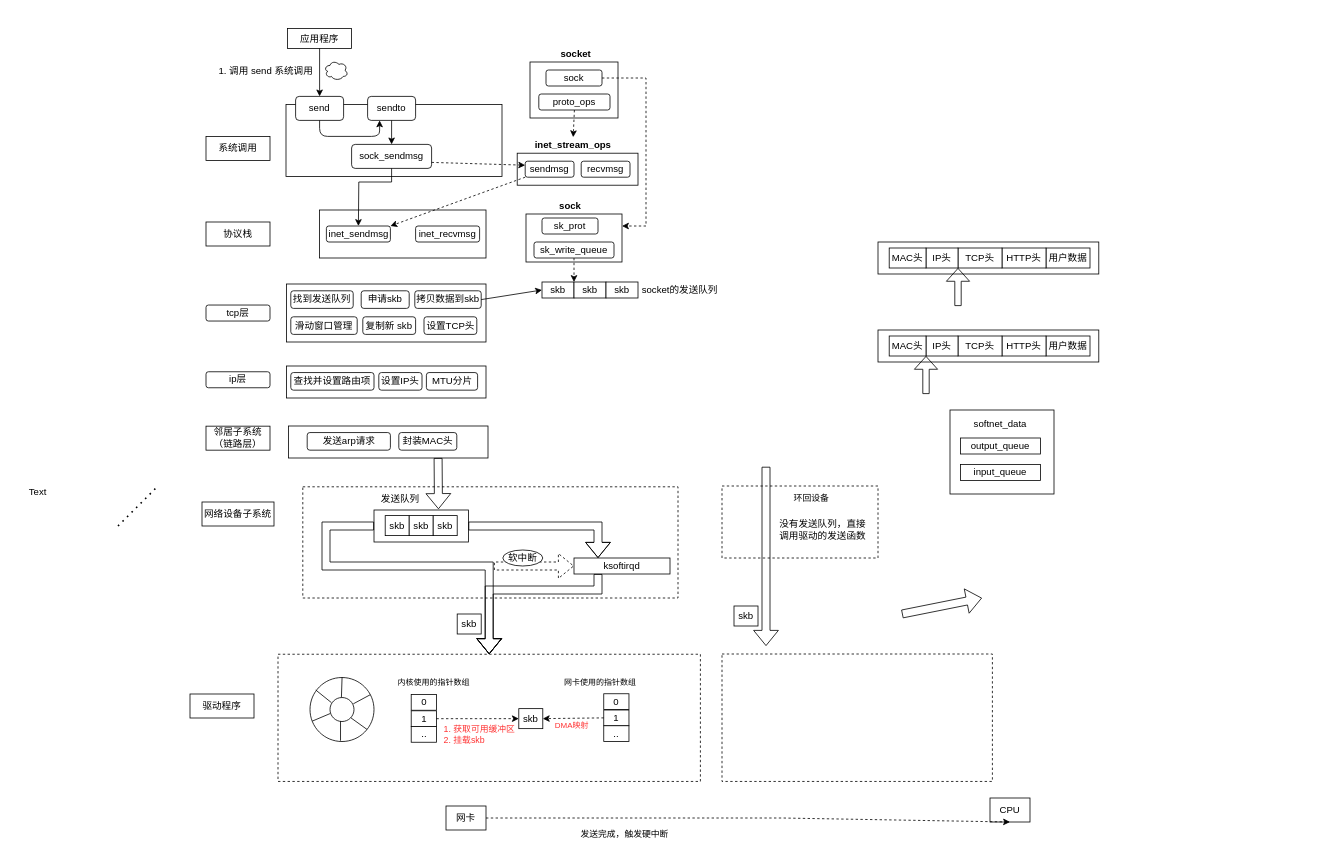
Earlier version of the draw.io diagram page "网络包发送" (2 of 2) of 图解网络.drawio (JianHao-Chen/UML). Source tidied: cells renumbered, new cells numbered last; positions are measured from the earlier drawing's top-left corner, leaving out a move shared by most shapes. Both pictures are drawn from the tidied source at 80%, with x=0, y=0 at pixel (14, 28).
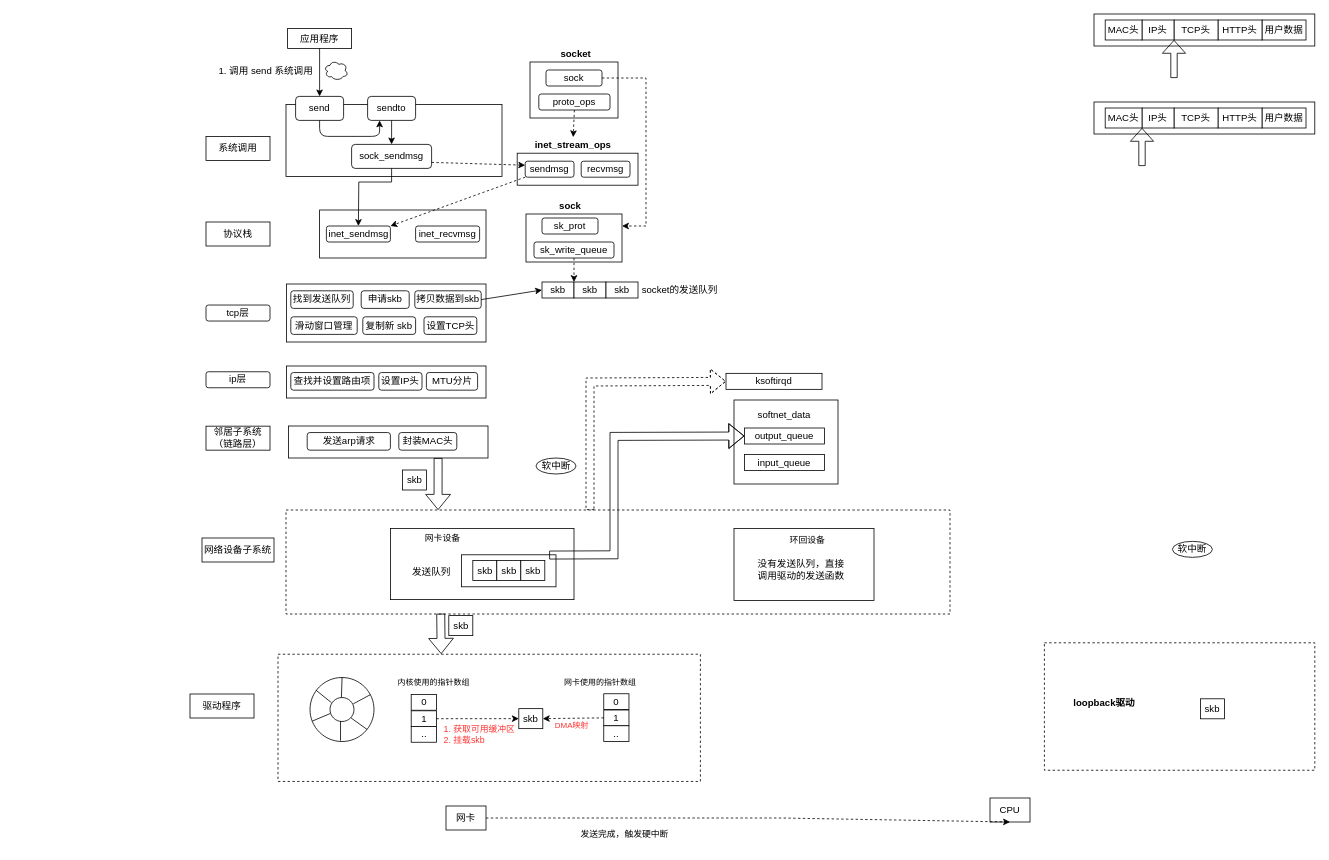
After the change.

Commit message:
更新图解网络.drawio

The change refers to these unchanged cells:
```xml
<mxCell id="4" style="rounded=0;whiteSpace=wrap;html=1;strokeWidth=1;fontSize=11;fontColor=#000000;dashed=1;" parent="1" vertex="1">
  <mxGeometry x="330" y="782.3" width="528" height="159" as="geometry" />
</mxCell>
<mxCell id="71" style="rounded=0;whiteSpace=wrap;html=1;strokeWidth=1;fontSize=12;align=left;" parent="1" vertex="1">
  <mxGeometry x="343" y="497" width="249.5" height="40" as="geometry" />
</mxCell>
```

Diff of the diagram source:
```diff
@@
+    <mxCell id="125" style="rounded=0;whiteSpace=wrap;html=1;dashed=1;" parent="1" vertex="1">
+      <mxGeometry x="340" y="602" width="830" height="130" as="geometry" />
+    </mxCell>
     <mxCell id="2" style="rounded=0;whiteSpace=wrap;html=1;strokeWidth=1;fontSize=11;fontColor=#000000;dashed=1;" parent="1" vertex="1">
-      <mxGeometry x="885" y="782" width="338" height="159.3" as="geometry" />
+      <mxGeometry x="1288" y="768" width="338" height="159.3" as="geometry" />
     </mxCell>
-    <mxCell id="3" style="rounded=0;whiteSpace=wrap;html=1;dashed=1;strokeWidth=1;fontSize=11;fontColor=#000000;" parent="1" vertex="1">
-      <mxGeometry x="361" y="573" width="469" height="139" as="geometry" />
+    <mxCell id="3" style="rounded=0;whiteSpace=wrap;html=1;strokeWidth=1;fontSize=11;fontColor=#000000;" parent="1" vertex="1">
+      <mxGeometry x="470.5" y="625" width="229.5" height="89" as="geometry" />
     </mxCell>
@@
     <mxCell id="42" style="rounded=0;whiteSpace=wrap;html=1;strokeWidth=1;fontSize=12;" parent="1" vertex="1">
-      <mxGeometry x="1080" y="267" width="276" height="40" as="geometry" />
+      <mxGeometry x="1350" y="-18" width="276" height="40" as="geometry" />
     </mxCell>
     <mxCell id="43" value="用户数据" style="rounded=0;whiteSpace=wrap;html=1;strokeWidth=1;fontSize=12;" parent="1" vertex="1">
-      <mxGeometry x="1290" y="274.5" width="55" height="25" as="geometry" />
+      <mxGeometry x="1560" y="-10.5" width="55" height="25" as="geometry" />
     </mxCell>
     <mxCell id="44" value="HTTP头" style="rounded=0;whiteSpace=wrap;html=1;strokeWidth=1;fontSize=12;" parent="1" vertex="1">
-      <mxGeometry x="1235" y="274.5" width="55" height="25" as="geometry" />
+      <mxGeometry x="1505" y="-10.5" width="55" height="25" as="geometry" />
     </mxCell>
     <mxCell id="45" value="TCP头" style="rounded=0;whiteSpace=wrap;html=1;strokeWidth=1;fontSize=12;" parent="1" vertex="1">
-      <mxGeometry x="1180" y="274.5" width="55" height="25" as="geometry" />
+      <mxGeometry x="1450" y="-10.5" width="55" height="25" as="geometry" />
     </mxCell>
     <mxCell id="46" value="IP头" style="rounded=0;whiteSpace=wrap;html=1;strokeWidth=1;fontSize=12;" parent="1" vertex="1">
-      <mxGeometry x="1140" y="274.5" width="40" height="25" as="geometry" />
+      <mxGeometry x="1410" y="-10.5" width="40" height="25" as="geometry" />
     </mxCell>
     <mxCell id="47" value="MAC头" style="rounded=0;whiteSpace=wrap;html=1;strokeWidth=1;fontSize=12;" parent="1" vertex="1">
-      <mxGeometry x="1094" y="274.5" width="46" height="25" as="geometry" />
+      <mxGeometry x="1364" y="-10.5" width="46" height="25" as="geometry" />
     </mxCell>
     <mxCell id="48" style="shape=flexArrow;endArrow=classic;html=1;rounded=0;fontSize=12;entryX=0;entryY=1;entryDx=0;entryDy=0;width=8;endSize=5.03;" parent="1" edge="1" target="45">
       <mxGeometry relative="1" as="geometry">
-        <mxPoint x="1180" y="347" as="sourcePoint" />
+        <mxPoint x="1450" y="62" as="sourcePoint" />
       </mxGeometry>
     </mxCell>
     <mxCell id="49" style="rounded=0;whiteSpace=wrap;html=1;strokeWidth=1;fontSize=12;" parent="1" vertex="1">
-      <mxGeometry x="1080" y="377" width="276" height="40" as="geometry" />
+      <mxGeometry x="1350" y="92" width="276" height="40" as="geometry" />
     </mxCell>
     <mxCell id="50" value="用户数据" style="rounded=0;whiteSpace=wrap;html=1;strokeWidth=1;fontSize=12;" parent="1" vertex="1">
-      <mxGeometry x="1290" y="384.5" width="55" height="25" as="geometry" />
+      <mxGeometry x="1560" y="99.5" width="55" height="25" as="geometry" />
     </mxCell>
     <mxCell id="51" value="HTTP头" style="rounded=0;whiteSpace=wrap;html=1;strokeWidth=1;fontSize=12;" parent="1" vertex="1">
-      <mxGeometry x="1235" y="384.5" width="55" height="25" as="geometry" />
+      <mxGeometry x="1505" y="99.5" width="55" height="25" as="geometry" />
     </mxCell>
     <mxCell id="52" value="TCP头" style="rounded=0;whiteSpace=wrap;html=1;strokeWidth=1;fontSize=12;" parent="1" vertex="1">
-      <mxGeometry x="1180" y="384.5" width="55" height="25" as="geometry" />
+      <mxGeometry x="1450" y="99.5" width="55" height="25" as="geometry" />
     </mxCell>
     <mxCell id="53" value="IP头" style="rounded=0;whiteSpace=wrap;html=1;strokeWidth=1;fontSize=12;" parent="1" vertex="1">
-      <mxGeometry x="1140" y="384.5" width="40" height="25" as="geometry" />
+      <mxGeometry x="1410" y="99.5" width="40" height="25" as="geometry" />
     </mxCell>
     <mxCell id="54" value="MAC头" style="rounded=0;whiteSpace=wrap;html=1;strokeWidth=1;fontSize=12;" parent="1" vertex="1">
-      <mxGeometry x="1094" y="384.5" width="46" height="25" as="geometry" />
+      <mxGeometry x="1364" y="99.5" width="46" height="25" as="geometry" />
     </mxCell>
     <mxCell id="55" style="shape=flexArrow;endArrow=classic;html=1;rounded=0;fontSize=12;entryX=0;entryY=1;entryDx=0;entryDy=0;width=8;endSize=5.03;" parent="1" edge="1" target="53">
       <mxGeometry relative="1" as="geometry">
-        <mxPoint x="1140" y="457" as="sourcePoint" />
+        <mxPoint x="1410" y="172" as="sourcePoint" />
       </mxGeometry>
     </mxCell>
@@
     <mxCell id="74" value="网络设备子系统" style="rounded=0;whiteSpace=wrap;html=1;strokeWidth=1;fontSize=12;" parent="1" vertex="1">
-      <mxGeometry x="235" y="592" width="90" height="30" as="geometry" />
+      <mxGeometry x="235" y="637" width="90" height="30" as="geometry" />
     </mxCell>
@@
-    <mxCell id="77" style="endArrow=none;dashed=1;html=1;dashPattern=1 3;strokeWidth=2;rounded=0;fontSize=12;" parent="1" edge="1">
-      <mxGeometry relative="1" as="geometry">
-        <mxPoint x="130" y="622" as="sourcePoint" />
-        <mxPoint x="180" y="572" as="targetPoint" />
-      </mxGeometry>
-    </mxCell>
-    <mxCell id="78" value="Text" style="text;html=1;strokeColor=none;fillColor=none;align=center;verticalAlign=middle;whiteSpace=wrap;rounded=0;strokeWidth=1;fontSize=12;" parent="1" vertex="1">
-      <mxGeometry y="565" width="60" height="30" as="geometry" />
-    </mxCell>
     <mxCell id="79" style="rounded=0;whiteSpace=wrap;html=1;strokeWidth=1;fontSize=12;" parent="1" vertex="1">
-      <mxGeometry x="450" y="602" width="118" height="40" as="geometry" />
+      <mxGeometry x="559.5" y="658" width="118" height="40" as="geometry" />
     </mxCell>
     <mxCell id="80" value="发送队列" style="text;html=1;strokeColor=none;fillColor=none;align=center;verticalAlign=middle;whiteSpace=wrap;rounded=0;strokeWidth=1;fontSize=12;" parent="1" vertex="1">
-      <mxGeometry x="452.5" y="573" width="60" height="30" as="geometry" />
+      <mxGeometry x="491.5" y="665" width="60" height="30" as="geometry" />
     </mxCell>
     <mxCell id="81" value="skb" style="rounded=0;whiteSpace=wrap;html=1;strokeWidth=1;fontSize=12;" parent="1" vertex="1">
-      <mxGeometry x="464" y="609" width="30" height="25" as="geometry" />
+      <mxGeometry x="573.5" y="665" width="30" height="25" as="geometry" />
     </mxCell>
     <mxCell id="82" value="skb" style="rounded=0;whiteSpace=wrap;html=1;strokeWidth=1;fontSize=12;" parent="1" vertex="1">
-      <mxGeometry x="494" y="609" width="30" height="25" as="geometry" />
+      <mxGeometry x="603.5" y="665" width="30" height="25" as="geometry" />
     </mxCell>
     <mxCell id="83" value="skb" style="rounded=0;whiteSpace=wrap;html=1;strokeWidth=1;fontSize=12;" parent="1" vertex="1">
-      <mxGeometry x="524" y="609" width="30" height="25" as="geometry" />
+      <mxGeometry x="633.5" y="665" width="30" height="25" as="geometry" />
     </mxCell>
     <mxCell id="84" style="rounded=0;whiteSpace=wrap;html=1;strokeWidth=1;fontSize=12;" parent="1" vertex="1">
-      <mxGeometry x="1170" y="477" width="130" height="105" as="geometry" />
+      <mxGeometry x="900" y="464.5" width="130" height="105" as="geometry" />
     </mxCell>
     <mxCell id="85" value="softnet_data" style="text;html=1;strokeColor=none;fillColor=none;align=center;verticalAlign=middle;whiteSpace=wrap;rounded=0;strokeWidth=1;fontSize=12;" parent="1" vertex="1">
-      <mxGeometry x="1203" y="480" width="60" height="30" as="geometry" />
+      <mxGeometry x="933" y="467.5" width="60" height="30" as="geometry" />
     </mxCell>
     <mxCell id="86" value="output_queue" style="rounded=0;whiteSpace=wrap;html=1;strokeWidth=1;fontSize=12;" parent="1" vertex="1">
-      <mxGeometry x="1183" y="512" width="100" height="20" as="geometry" />
+      <mxGeometry x="913" y="499.5" width="100" height="20" as="geometry" />
     </mxCell>
-    <mxCell id="87" style="shape=flexArrow;endArrow=classic;html=1;rounded=0;fontSize=12;entryX=0.683;entryY=-0.025;entryDx=0;entryDy=0;exitX=0.75;exitY=1;exitDx=0;exitDy=0;entryPerimeter=0;" parent="1" edge="1" source="71" target="79">
+    <mxCell id="87" style="shape=flexArrow;endArrow=classic;html=1;rounded=0;fontSize=12;exitX=0.75;exitY=1;exitDx=0;exitDy=0;entryX=0.229;entryY=0;entryDx=0;entryDy=0;entryPerimeter=0;" parent="1" edge="1" source="71" target="125">
       <mxGeometry relative="1" as="geometry" />
     </mxCell>
-    <mxCell id="88" style="shape=flexArrow;endArrow=classic;html=1;rounded=0;fontSize=12;exitX=0;exitY=0.5;exitDx=0;exitDy=0;entryX=0.5;entryY=0;entryDx=0;entryDy=0;" parent="1" edge="1" source="79" target="4">
-      <mxGeometry relative="1" as="geometry">
-        <Array as="points">
-          <mxPoint x="390" y="622" />
-          <mxPoint x="390" y="672" />
-          <mxPoint x="594" y="672" />
-        </Array>
-      </mxGeometry>
-    </mxCell>
     <mxCell id="89" value="ksoftirqd" style="rounded=0;whiteSpace=wrap;html=1;strokeWidth=1;fontSize=12;" parent="1" vertex="1">
-      <mxGeometry x="700" y="662" width="120" height="20" as="geometry" />
+      <mxGeometry x="890" y="431.2" width="120" height="20" as="geometry" />
     </mxCell>
     <mxCell id="90" style="shape=flexArrow;endArrow=classic;html=1;rounded=0;fontSize=12;dashed=1;entryX=0;entryY=0.5;entryDx=0;entryDy=0;" parent="1" edge="1" target="89">
       <mxGeometry relative="1" as="geometry">
-        <mxPoint x="600" y="672" as="sourcePoint" />
+        <mxPoint x="720" y="602" as="sourcePoint" />
+        <Array as="points">
+          <mxPoint x="720" y="573" />
+          <mxPoint x="720" y="442" />
+        </Array>
       </mxGeometry>
     </mxCell>
     <mxCell id="91" value="软中断" style="ellipse;whiteSpace=wrap;html=1;strokeWidth=1;fontSize=12;" parent="1" vertex="1">
-      <mxGeometry x="611" y="652" width="50" height="20" as="geometry" />
+      <mxGeometry x="652.5" y="537" width="50" height="20" as="geometry" />
     </mxCell>
-    <mxCell id="92" style="shape=flexArrow;endArrow=classic;html=1;rounded=0;fontSize=12;entryX=0.5;entryY=0;entryDx=0;entryDy=0;" parent="1" edge="1" target="4">
-      <mxGeometry relative="1" as="geometry">
-        <mxPoint x="730" y="682" as="sourcePoint" />
-        <Array as="points">
-          <mxPoint x="730" y="702" />
-          <mxPoint x="594" y="702" />
-        </Array>
-      </mxGeometry>
-    </mxCell>
-    <mxCell id="93" style="shape=flexArrow;endArrow=classic;html=1;rounded=0;fontSize=12;exitX=1;exitY=0.5;exitDx=0;exitDy=0;entryX=0.25;entryY=0;entryDx=0;entryDy=0;" parent="1" edge="1" source="79" target="89">
-      <mxGeometry relative="1" as="geometry">
-        <Array as="points">
-          <mxPoint x="730" y="622" />
-        </Array>
-      </mxGeometry>
-    </mxCell>
@@
     <mxCell id="117" value="skb" style="rounded=0;whiteSpace=wrap;html=1;strokeWidth=1;fontSize=12;" parent="1" vertex="1">
-      <mxGeometry x="554" y="732" width="30" height="25" as="geometry" />
+      <mxGeometry x="543.5" y="734" width="30" height="25" as="geometry" />
     </mxCell>
-    <mxCell id="118" style="rounded=0;whiteSpace=wrap;html=1;dashed=1;strokeWidth=1;fontSize=11;fontColor=#000000;" parent="1" vertex="1">
-      <mxGeometry x="885" y="572" width="195" height="90" as="geometry" />
+    <mxCell id="118" style="rounded=0;whiteSpace=wrap;html=1;strokeWidth=1;fontSize=11;fontColor=#000000;" parent="1" vertex="1">
+      <mxGeometry x="900" y="625" width="175" height="90" as="geometry" />
     </mxCell>
     <mxCell id="119" value="&lt;span style=&quot;font-size: 11px;&quot;&gt;环回设备&lt;/span&gt;" style="text;html=1;strokeColor=none;fillColor=none;align=center;verticalAlign=middle;whiteSpace=wrap;rounded=0;" parent="1" vertex="1">
-      <mxGeometry x="967" y="572" width="60" height="30" as="geometry" />
+      <mxGeometry x="962" y="625" width="60" height="30" as="geometry" />
     </mxCell>
     <mxCell id="120" value="没有发送队列，直接调用驱动的发送函数" style="text;html=1;strokeColor=none;fillColor=none;align=center;verticalAlign=middle;whiteSpace=wrap;rounded=0;strokeWidth=1;fontSize=12;" parent="1" vertex="1">
-      <mxGeometry x="952" y="612" width="118" height="30" as="geometry" />
+      <mxGeometry x="925" y="662" width="118" height="30" as="geometry" />
     </mxCell>
-    <mxCell id="121" style="shape=flexArrow;endArrow=classic;html=1;rounded=0;fontSize=12;exitX=0.75;exitY=1;exitDx=0;exitDy=0;" parent="1" edge="1">
-      <mxGeometry relative="1" as="geometry">
-        <mxPoint x="940" y="548" as="sourcePoint" />
-        <mxPoint x="940" y="772" as="targetPoint" />
-      </mxGeometry>
-    </mxCell>
-    <mxCell id="122" value="skb" style="rounded=0;whiteSpace=wrap;html=1;strokeWidth=1;fontSize=12;" parent="1" vertex="1">
-      <mxGeometry x="900" y="722" width="30" height="25" as="geometry" />
-    </mxCell>
     <mxCell id="123" value="input_queue" style="rounded=0;whiteSpace=wrap;html=1;strokeWidth=1;fontSize=12;" parent="1" vertex="1">
-      <mxGeometry x="1183" y="545" width="100" height="20" as="geometry" />
+      <mxGeometry x="913" y="532.5" width="100" height="20" as="geometry" />
     </mxCell>
-    <mxCell id="124" style="shape=flexArrow;endArrow=classic;html=1;rounded=0;" parent="1" edge="1">
-      <mxGeometry relative="1" as="geometry">
-        <mxPoint x="1110" y="732" as="sourcePoint" />
-        <mxPoint x="1210" y="712" as="targetPoint" />
-      </mxGeometry>
-    </mxCell>
+    <mxCell id="126" value="skb" style="rounded=0;whiteSpace=wrap;html=1;strokeWidth=1;fontSize=12;" parent="1" vertex="1">
+      <mxGeometry x="1483" y="838" width="30" height="25" as="geometry" />
+    </mxCell>
+    <mxCell id="127" value="&lt;b&gt;loopback驱动&lt;/b&gt;" style="text;html=1;strokeColor=none;fillColor=none;align=center;verticalAlign=middle;whiteSpace=wrap;rounded=0;" parent="1" vertex="1">
+      <mxGeometry x="1313" y="827.7" width="100" height="30" as="geometry" />
+    </mxCell>
+    <mxCell id="128" style="shape=flexArrow;endArrow=classic;html=1;rounded=0;fontSize=12;exitX=0.233;exitY=0.997;exitDx=0;exitDy=0;exitPerimeter=0;" parent="1" edge="1" source="125">
+      <mxGeometry relative="1" as="geometry">
+        <mxPoint x="534" y="782" as="targetPoint" />
+      </mxGeometry>
+    </mxCell>
+    <mxCell id="129" value="&lt;span style=&quot;font-size: 11px;&quot;&gt;网卡设备&lt;/span&gt;" style="text;html=1;strokeColor=none;fillColor=none;align=center;verticalAlign=middle;whiteSpace=wrap;rounded=0;" parent="1" vertex="1">
+      <mxGeometry x="506" y="622" width="60" height="30" as="geometry" />
+    </mxCell>
+    <mxCell id="130" value="软中断" style="ellipse;whiteSpace=wrap;html=1;strokeWidth=1;fontSize=12;" parent="1" vertex="1">
+      <mxGeometry x="1448" y="641.2" width="50" height="20" as="geometry" />
+    </mxCell>
+    <mxCell id="131" style="shape=flexArrow;endArrow=classic;html=1;rounded=0;entryX=0;entryY=0.5;entryDx=0;entryDy=0;exitX=0.928;exitY=0.008;exitDx=0;exitDy=0;exitPerimeter=0;" parent="1" edge="1" source="79" target="86">
+      <mxGeometry relative="1" as="geometry">
+        <Array as="points">
+          <mxPoint x="750" y="658" />
+          <mxPoint x="750" y="510" />
+        </Array>
+      </mxGeometry>
+    </mxCell>
+    <mxCell id="132" value="skb" style="rounded=0;whiteSpace=wrap;html=1;strokeWidth=1;fontSize=12;" parent="1" vertex="1">
+      <mxGeometry x="485.5" y="552" width="30" height="25" as="geometry" />
+    </mxCell>
```
